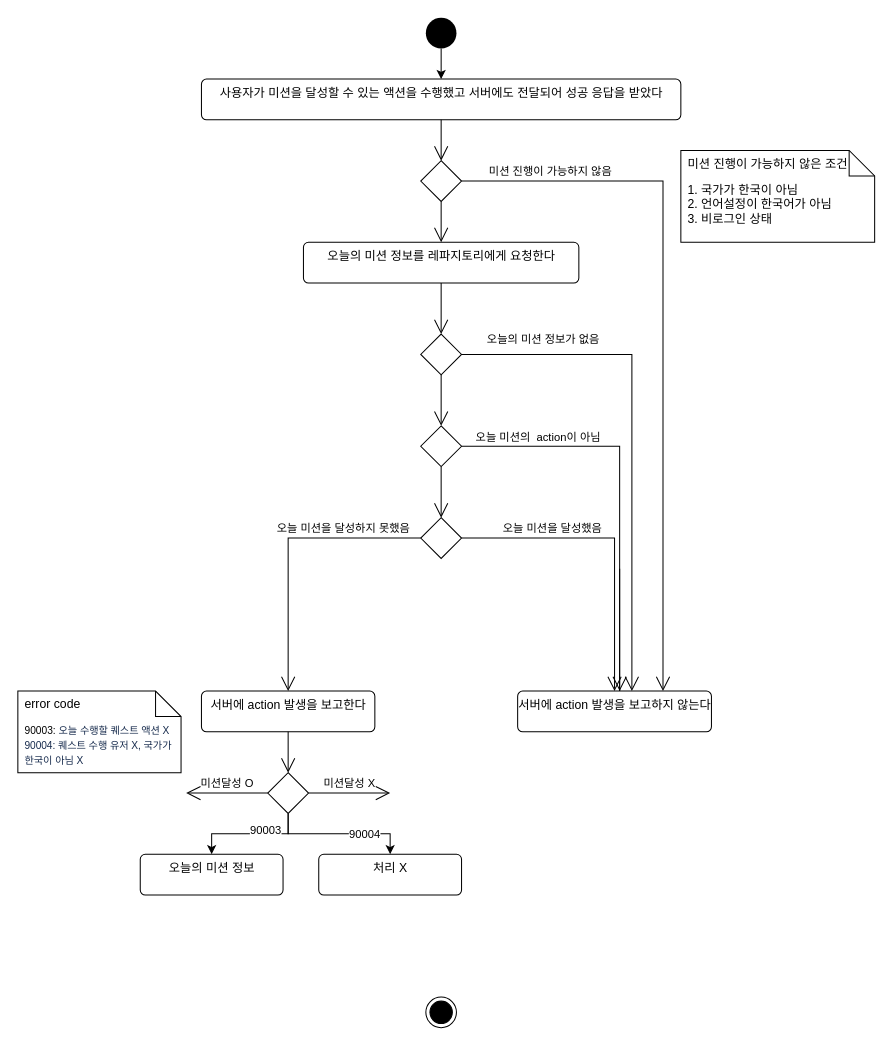
Before: page "Onboarding Quest Action" (2 of 2) of Untitled Diagram.drawio in gookhee/diagrams, a draw.io diagram. Source tidied: cells renumbered, new cells numbered last; positions are measured from the earlier drawing's top-left corner, leaving out a move shared by most shapes. Both pictures are drawn from the tidied source at 102%, with x=0, y=0 at pixel (17, 17).
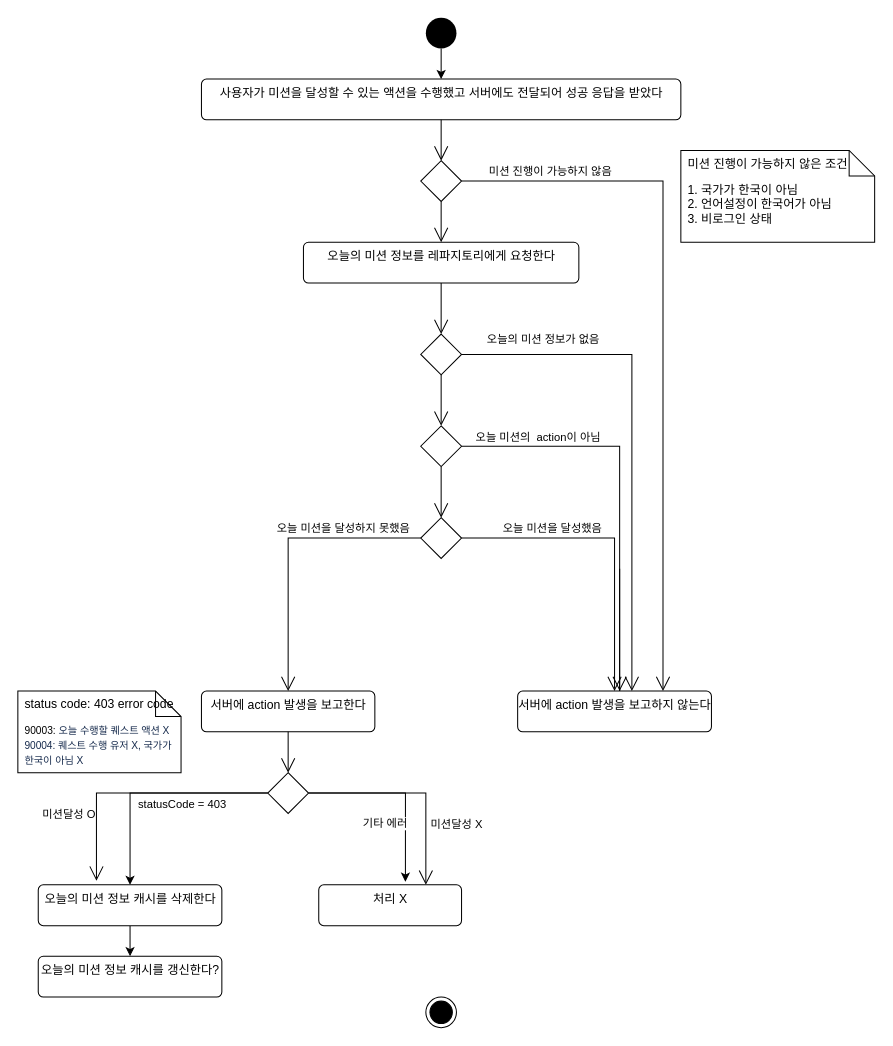
Above is the later version.

The change refers to these unchanged cells:
```xml
<mxCell id="30" style="shape=rhombus;html=1;verticalLabelPosition=bottom;verticalAlignment=top;" parent="1" vertex="1">
  <mxGeometry x="245" y="740" width="40" height="40" as="geometry" />
</mxCell>
<mxCell id="36" value="&lt;font style=&quot;font-size: 10px&quot;&gt;90003:&amp;nbsp;&lt;span style=&quot;color: rgb(23 , 43 , 77) ; font-family: , &amp;#34;blinkmacsystemfont&amp;#34; , &amp;#34;segoe ui&amp;#34; , &amp;#34;roboto&amp;#34; , &amp;#34;noto sans&amp;#34; , &amp;#34;ubuntu&amp;#34; , &amp;#34;droid sans&amp;#34; , &amp;#34;helvetica neue&amp;#34; , sans-serif ; letter-spacing: -0.07999999821186066px ; background-color: rgb(255 , 255 , 255)&quot;&gt;오늘 수행할 퀘스트 액션 X&lt;br&gt;90004: 퀘스트 수행 유저 X, 국가가 한국이 아님 X&amp;nbsp;&lt;br&gt;&lt;/span&gt;&lt;/font&gt;" style="shape=note2;boundedLbl=1;whiteSpace=wrap;html=1;size=25;verticalAlign=top;align=left;spacingLeft=5;" parent="1" vertex="1">
  <mxGeometry y="660" width="160" height="80" as="geometry" />
</mxCell>
```

Change to the diagram source:
```diff
@@
-    <mxCell id="26" style="edgeStyle=orthogonalEdgeStyle;rounded=0;jettySize=auto;html=1;" parent="1" edge="1" source="30" target="34">
-      <mxGeometry relative="1" as="geometry" />
+    <mxCell id="26" style="edgeStyle=orthogonalEdgeStyle;rounded=0;jettySize=auto;html=1;entryX=0.5;entryY=0;entryDx=0;entryDy=0;" parent="1" edge="1" source="30" target="39">
+      <mxGeometry relative="1" as="geometry">
+        <Array as="points">
+          <mxPoint x="110" y="760" />
+        </Array>
+      </mxGeometry>
     </mxCell>
-    <mxCell id="27" value="90003" style="edgeLabel;html=1;align=center;verticalAlign=middle;" parent="26" vertex="1">
-      <mxGeometry x="-0.25" y="-4" relative="1" as="geometry" />
+    <mxCell id="27" value="statusCode = 403" style="edgeLabel;html=1;align=center;verticalAlign=middle;" parent="26" vertex="1">
+      <mxGeometry x="-0.25" y="-4" relative="1" as="geometry">
+        <mxPoint x="-1" y="14" as="offset" />
+      </mxGeometry>
     </mxCell>
-    <mxCell id="28" style="edgeStyle=orthogonalEdgeStyle;rounded=0;jettySize=auto;html=1;entryX=0.5;entryY=0;entryDx=0;entryDy=0;" parent="1" edge="1" source="30" target="35">
-      <mxGeometry relative="1" as="geometry">
+    <mxCell id="28" value="기타 에러" style="edgeStyle=orthogonalEdgeStyle;rounded=0;jettySize=auto;html=1;entryX=0.607;entryY=-0.075;entryDx=0;entryDy=0;entryPerimeter=0;exitX=1;exitY=0.5;exitDx=0;exitDy=0;" parent="1" edge="1" source="30" target="35">
+      <mxGeometry x="0.37" y="-20" relative="1" as="geometry">
         <Array as="points">
-          <mxPoint x="265" y="800" />
-          <mxPoint x="365" y="800" />
+          <mxPoint x="380" y="760" />
         </Array>
       </mxGeometry>
     </mxCell>
-    <mxCell id="29" value="90004" style="edgeLabel;html=1;align=center;verticalAlign=middle;" parent="28" vertex="1">
-      <mxGeometry x="0.34" relative="1" as="geometry" />
-    </mxCell>
@@
-    <mxCell id="32" value="미션달성 X" style="edgeStyle=elbowEdgeStyle;html=1;elbow=vertical;verticalAlign=bottom;endArrow=open;rounded=0;labelBackgroundColor=none;endSize=12;" parent="1" edge="1" source="30">
-      <mxGeometry relative="1" as="geometry">
-        <mxPoint x="365" y="760" as="targetPoint" />
+    <mxCell id="32" value="미션달성 X" style="edgeStyle=elbowEdgeStyle;html=1;elbow=vertical;verticalAlign=bottom;endArrow=open;rounded=0;labelBackgroundColor=none;endSize=12;entryX=0.75;entryY=0;entryDx=0;entryDy=0;" parent="1" edge="1" source="30" target="35">
+      <mxGeometry x="0.51" y="30" relative="1" as="geometry">
+        <Array as="points">
+          <mxPoint x="350" y="760" />
+        </Array>
       </mxGeometry>
     </mxCell>
-    <mxCell id="33" value="미션달성 O" style="edgeStyle=elbowEdgeStyle;html=1;elbow=vertical;verticalAlign=bottom;endArrow=open;rounded=0;labelBackgroundColor=none;endSize=12;" parent="1" edge="1" source="30">
-      <mxGeometry relative="1" as="geometry">
-        <mxPoint x="165" y="760" as="targetPoint" />
+    <mxCell id="33" value="미션달성 O" style="edgeStyle=elbowEdgeStyle;html=1;elbow=vertical;verticalAlign=bottom;endArrow=open;rounded=0;labelBackgroundColor=none;endSize=12;entryX=0.317;entryY=-0.1;entryDx=0;entryDy=0;entryPerimeter=0;" parent="1" edge="1" source="30" target="39">
+      <mxGeometry x="0.56" y="-27" relative="1" as="geometry">
+        <Array as="points">
+          <mxPoint x="210" y="760" />
+          <mxPoint x="170" y="810" />
+        </Array>
       </mxGeometry>
     </mxCell>
-    <mxCell id="34" value="오늘의 미션 정보" style="html=1;align=center;verticalAlign=top;rounded=1;absoluteArcSize=1;arcSize=10;dashed=0;" parent="1" vertex="1">
-      <mxGeometry x="120" y="820" width="140" height="40" as="geometry" />
+    <mxCell id="34" value="오늘의 미션 정보 캐시를 갱신한다?" style="html=1;align=center;verticalAlign=top;rounded=1;absoluteArcSize=1;arcSize=10;dashed=0;" parent="1" vertex="1">
+      <mxGeometry x="20" y="920" width="180" height="40" as="geometry" />
     </mxCell>
     <mxCell id="35" value="처리 X" style="html=1;align=center;verticalAlign=top;rounded=1;absoluteArcSize=1;arcSize=10;dashed=0;" parent="1" vertex="1">
-      <mxGeometry x="295" y="820" width="140" height="40" as="geometry" />
+      <mxGeometry x="295" y="850" width="140" height="40" as="geometry" />
     </mxCell>
@@
-    <mxCell id="37" value="error code" style="strokeColor=none;fillColor=none;align=left;spacingLeft=5;" parent="36" vertex="1">
+    <mxCell id="37" value="status code: 403 error code" style="strokeColor=none;fillColor=none;align=left;spacingLeft=5;" parent="36" vertex="1">
       <mxGeometry width="160" height="25" relative="1" as="geometry" />
     </mxCell>
+    <mxCell id="38" style="edgeStyle=orthogonalEdgeStyle;rounded=0;jettySize=auto;html=1;" parent="1" edge="1" source="39" target="34">
+      <mxGeometry relative="1" as="geometry" />
+    </mxCell>
+    <mxCell id="39" value="오늘의 미션 정보 캐시를 삭제한다" style="html=1;align=center;verticalAlign=top;rounded=1;absoluteArcSize=1;arcSize=10;dashed=0;" parent="1" vertex="1">
+      <mxGeometry x="20" y="850" width="180" height="40" as="geometry" />
+    </mxCell>
```
